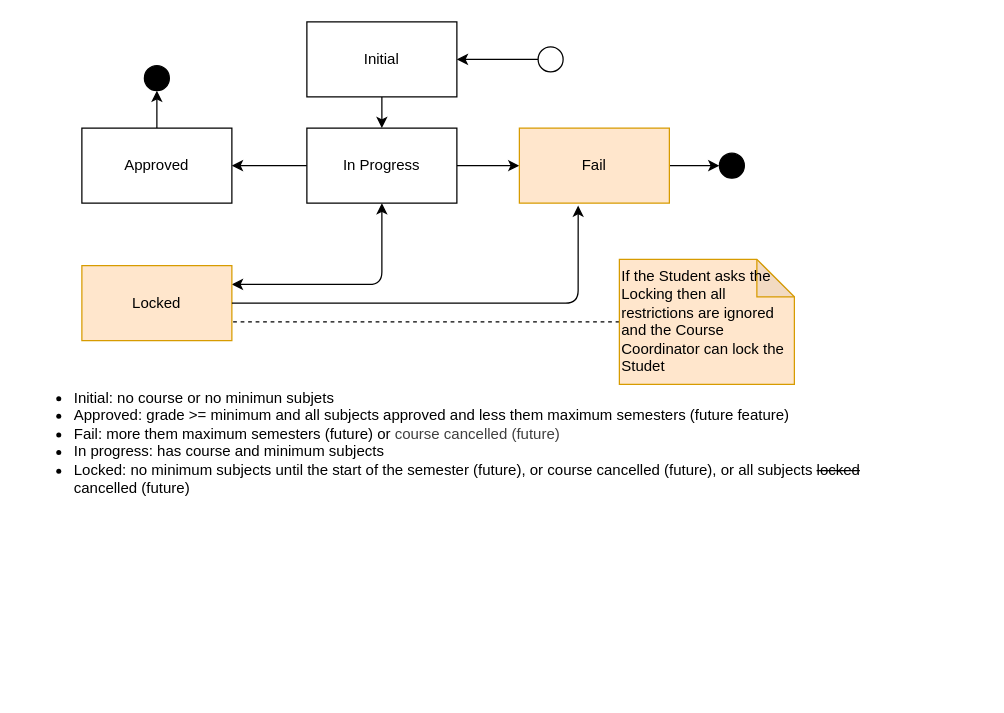
Above: page "StudentState" (4 of 12) of architecture/code_analysis_v3/components-phase1.drawio in douglasdcm/tdd_detroid (draw.io), before the change. Source tidied: cells renumbered, new cells numbered last; positions are measured from the earlier drawing's top-left corner, leaving out a move shared by most shapes. Both pictures are drawn from the tidied source at 125%, with x=0, y=0 at pixel (21, 21).
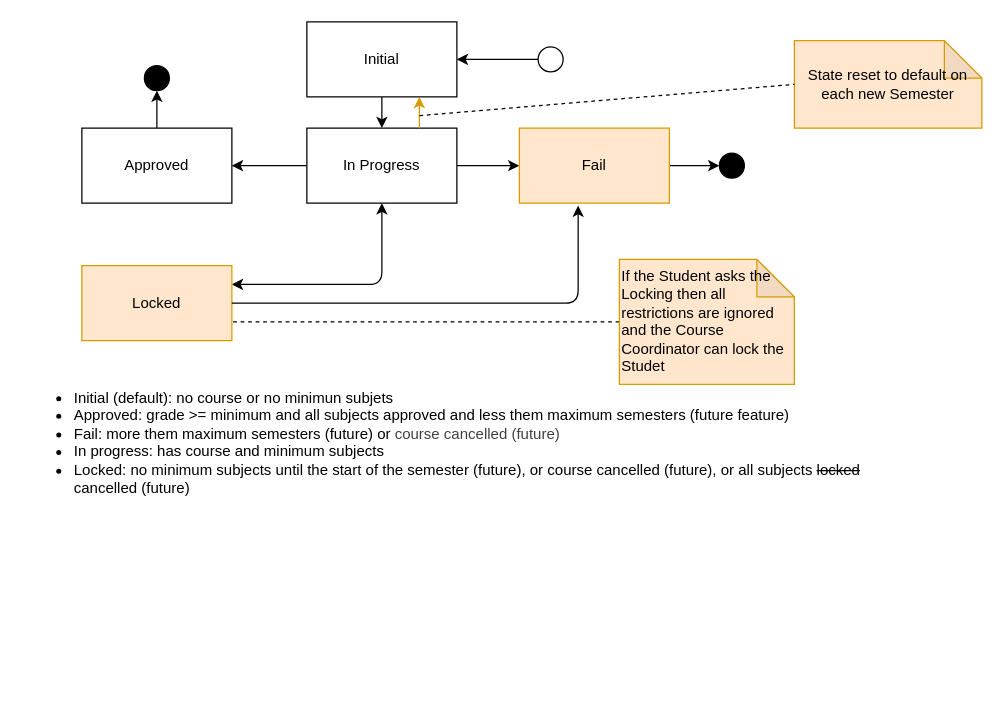
After the change.

Unchanged cells that the change refers to:
```xml
<mxCell id="7" value="In Progress" style="rounded=0;whiteSpace=wrap;html=1;" parent="1" vertex="1">
  <mxGeometry x="228" y="85" width="120" height="60" as="geometry" />
</mxCell>
<mxCell id="18" value="Initial" style="rounded=0;whiteSpace=wrap;html=1;" parent="1" vertex="1">
  <mxGeometry x="228" width="120" height="60" as="geometry" />
</mxCell>
```

Diff of the diagram source:
```diff
@@
-    <mxCell id="16" value="&lt;div&gt;&lt;ul&gt;&lt;li&gt;Initial: no course or no minimun subjets&lt;/li&gt;&lt;li&gt;Approved: grade &amp;gt;= minimum and all subjects approved and less them maximum semesters (future feature)&lt;/li&gt;&lt;li&gt;Fail: more them maximum semesters (future) or&amp;nbsp;&lt;span style=&quot;color: rgb(63, 63, 63); background-color: transparent;&quot;&gt;course cancelled (future)&lt;/span&gt;&lt;/li&gt;&lt;li&gt;In progress: has course and minimum subjects&lt;/li&gt;&lt;li&gt;Locked: no minimum subjects until the start of the semester (future), or course cancelled (future), or all subjects &lt;strike&gt;locked&lt;/strike&gt; cancelled (future)&lt;/li&gt;&lt;/ul&gt;&lt;/div&gt;" style="text;html=1;align=left;verticalAlign=top;whiteSpace=wrap;rounded=0;" parent="1" vertex="1">
+    <mxCell id="16" value="&lt;div&gt;&lt;ul&gt;&lt;li&gt;Initial (default): no course or no minimun subjets&lt;/li&gt;&lt;li&gt;Approved: grade &amp;gt;= minimum and all subjects approved and less them maximum semesters (future feature)&lt;/li&gt;&lt;li&gt;Fail: more them maximum semesters (future) or&amp;nbsp;&lt;span style=&quot;color: rgb(63, 63, 63); background-color: transparent;&quot;&gt;course cancelled (future)&lt;/span&gt;&lt;/li&gt;&lt;li&gt;In progress: has course and minimum subjects&lt;/li&gt;&lt;li&gt;Locked: no minimum subjects until the start of the semester (future), or course cancelled (future), or all subjects &lt;strike&gt;locked&lt;/strike&gt; cancelled (future)&lt;/li&gt;&lt;/ul&gt;&lt;/div&gt;" style="text;html=1;align=left;verticalAlign=top;whiteSpace=wrap;rounded=0;" parent="1" vertex="1">
       <mxGeometry y="275" width="700" height="260" as="geometry" />
     </mxCell>
-    <mxCell id="17" style="edgeStyle=none;html=1;" parent="1" edge="1" source="18" target="7">
+    <mxCell id="17" style="edgeStyle=none;html=1;startArrow=none;startFill=0;" parent="1" edge="1" source="18" target="7">
       <mxGeometry relative="1" as="geometry" />
     </mxCell>
@@
+    <mxCell id="21" value="State reset to default on each new Semester" style="shape=note;whiteSpace=wrap;html=1;backgroundOutline=1;darkOpacity=0.05;fillColor=#ffe6cc;strokeColor=#d79b00;" parent="1" vertex="1">
+      <mxGeometry x="618" y="15" width="150" height="70" as="geometry" />
+    </mxCell>
+    <mxCell id="22" style="edgeStyle=none;html=1;startArrow=classic;startFill=1;endArrow=none;endFill=0;exitX=0.75;exitY=1;exitDx=0;exitDy=0;exitPerimeter=0;entryX=0.75;entryY=0;entryDx=0;entryDy=0;fillColor=#ffe6cc;strokeColor=#d79b00;" parent="1" edge="1" source="18" target="7">
+      <mxGeometry relative="1" as="geometry" />
+    </mxCell>
+    <mxCell id="23" style="endArrow=none;dashed=1;html=1;entryX=0;entryY=0.5;entryDx=0;entryDy=0;entryPerimeter=0;" parent="1" edge="1" target="21">
+      <mxGeometry relative="1" as="geometry">
+        <mxPoint x="318" y="75" as="sourcePoint" />
+      </mxGeometry>
+    </mxCell>
```
